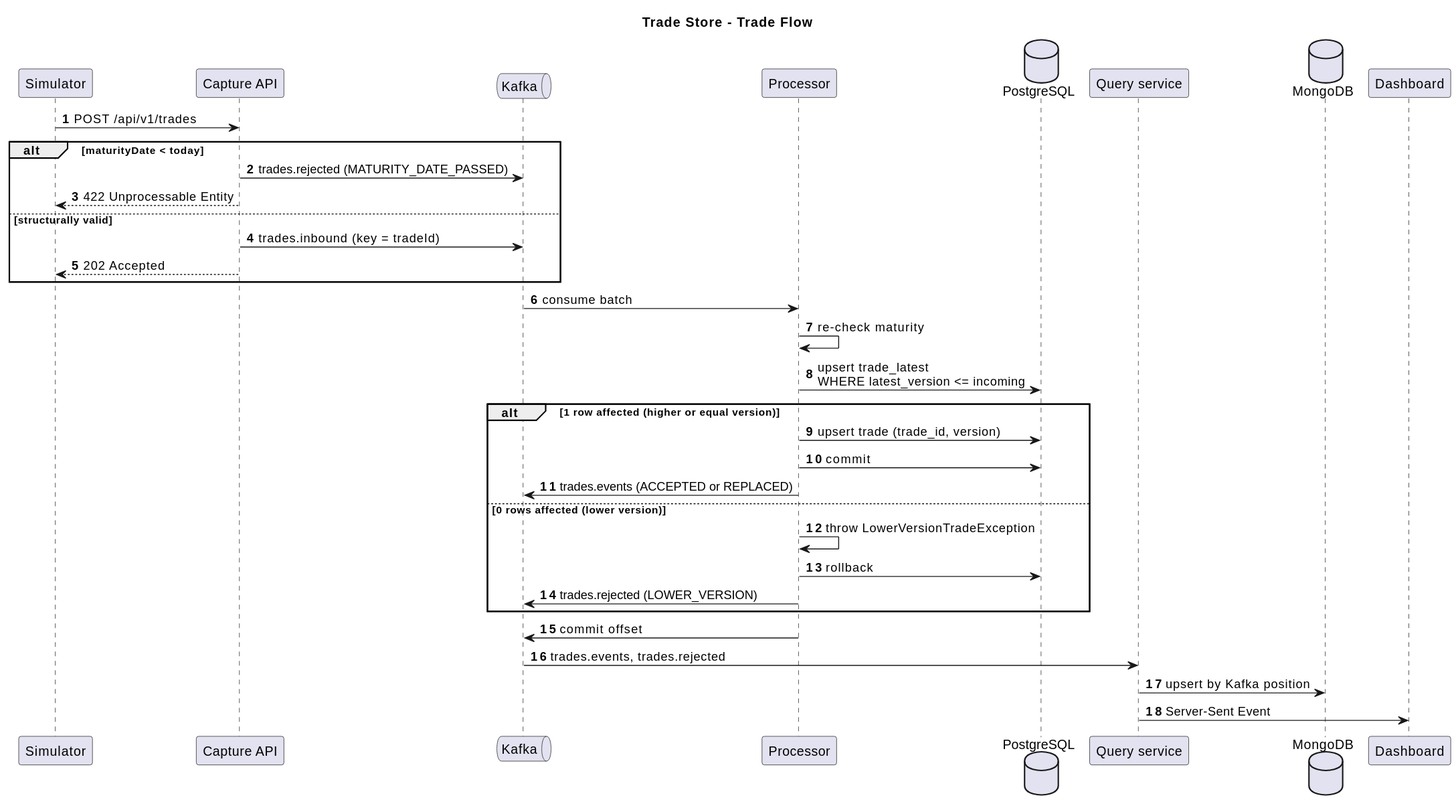
The PlantUML diagram docs/diagrams/sequence-trade-flow.svg in vijaydixitffis/dws-trade-app, before a commit.
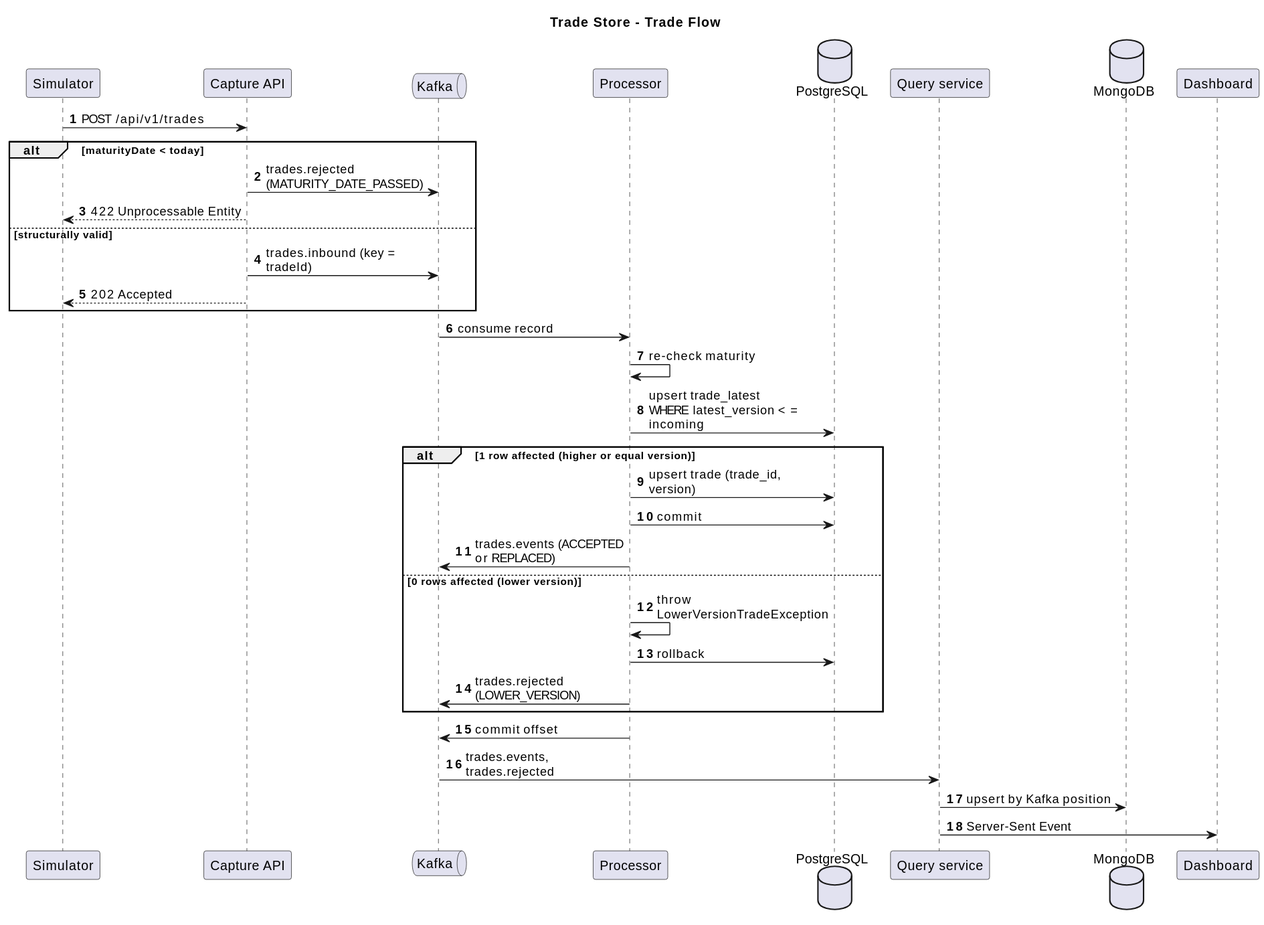
After the change.

Change to the diagram source:
```diff
@@ -1,6 +1,9 @@
 @startuml
 title Trade Store - Trade Flow
 autonumber
+skinparam maxMessageSize 170
+skinparam ParticipantPadding 8
+skinparam BoxPadding 8
 
 participant "Simulator" as sim
 participant "Capture API" as cap
@@ -20,7 +23,7 @@
   cap --> sim : 202 Accepted
 end
 
-k -> proc : consume batch
+k -> proc : consume record
 proc -> proc : re-check maturity
 proc -> pg : upsert trade_latest\nWHERE latest_version <= incoming
 
```
